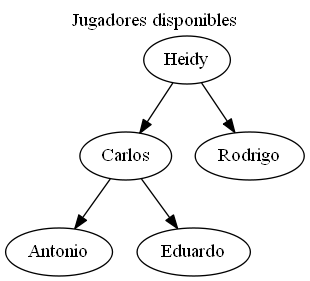
RoberttHernan/EDD_1S2020_PY1_201700870 keeps this Graphviz diagram as mostrarJugadoresSimple.png. Above is the earlier version. Its source is kept beside it as mostrarJugadoresSimple.dot.
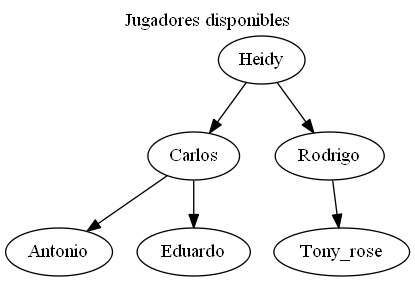
Above is the later version.

Diff of the diagram source:
```diff
@@ -8,5 +8,7 @@
 "Antonio"
 "Eduardo"
 "Rodrigo"
+"Rodrigo"->"Tony_rose"
+"Tony_rose"
  labelloc="t"; label="Jugadores disponibles";
 }
```
